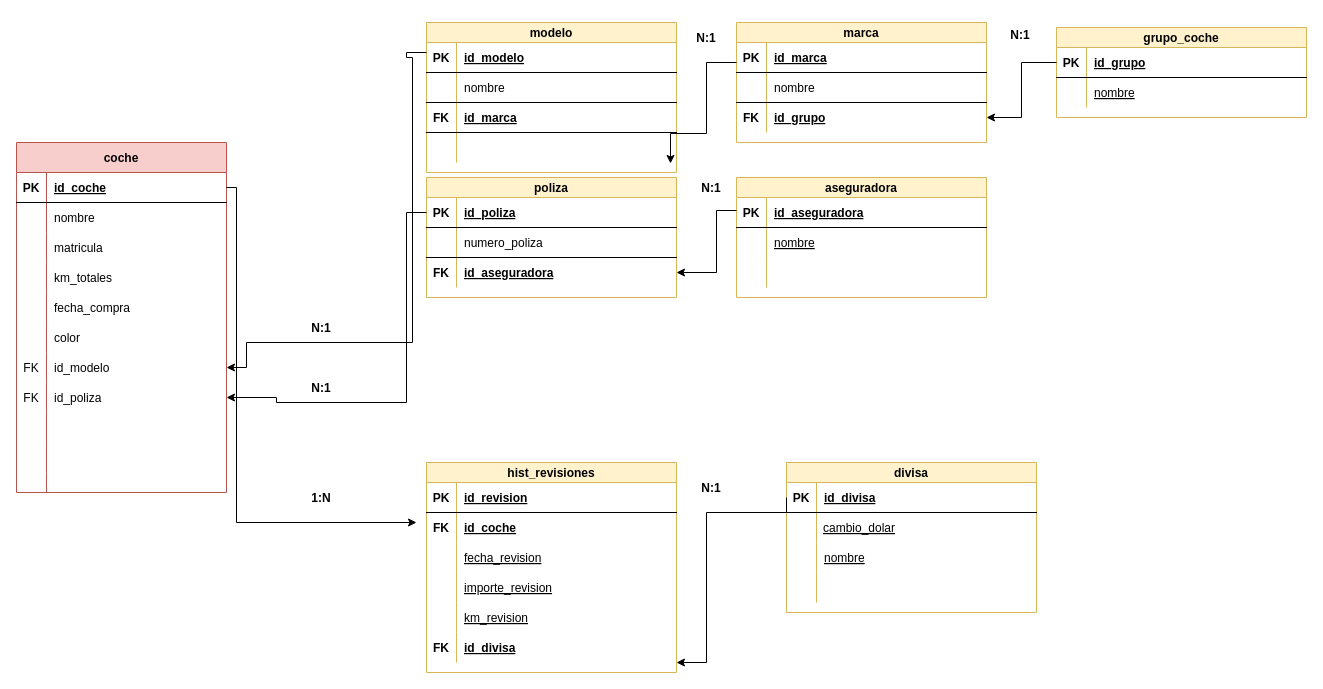
Above: Modelo_ER.drawio in Lalmolda/Practica_SQL (draw.io), before the change. Source tidied: cells renumbered, new cells numbered last; positions are measured from the earlier drawing's top-left corner, leaving out a move shared by most shapes. Both pictures are drawn from the tidied source at 100%, with x=0, y=0 at pixel (16, 16).
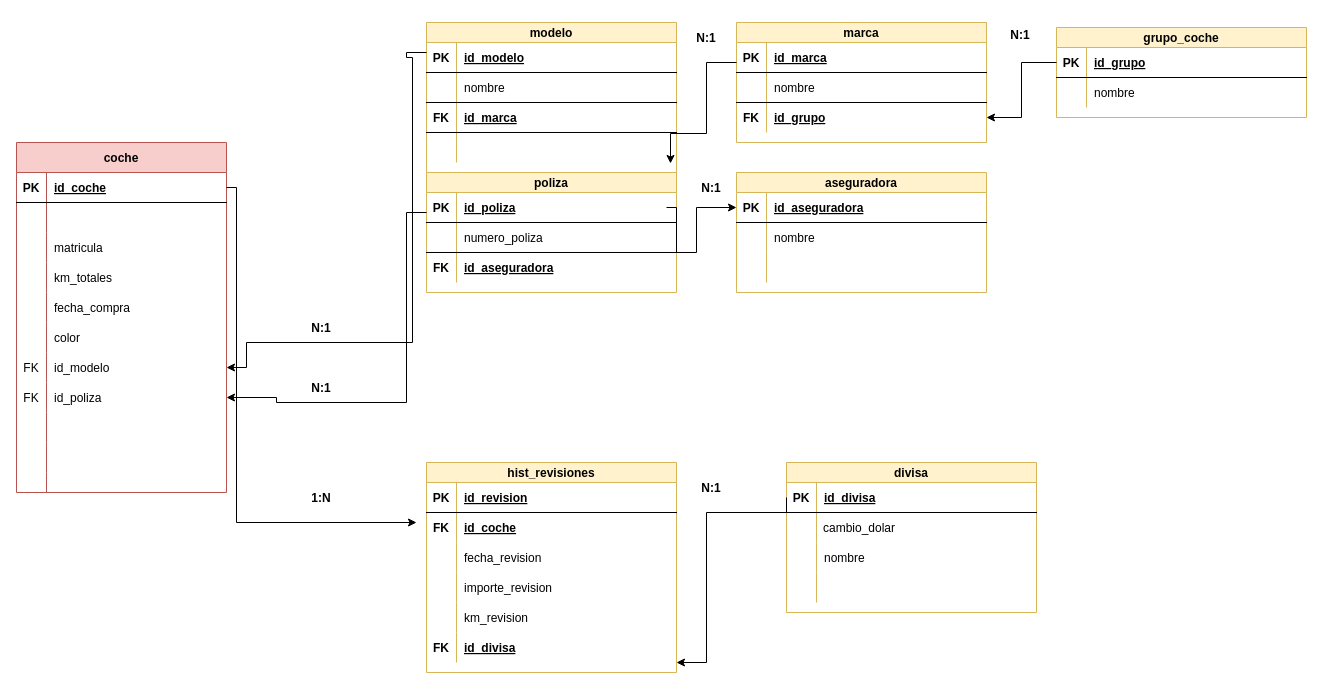
Above is the later version.

Commit message (it also covers changes not shown here):
Diseño de la BBDD y creación de tablas e inserción de datos finalizada.

Unchanged cells that the change refers to:
```xml
<mxCell id="2" value="coche" style="shape=table;startSize=30;childLayout=tableLayout;rowLines=0;fontStyle=1;align=center;fillColor=#f8cecc;strokeColor=#b85450;" parent="1" vertex="1">
  <mxGeometry y="126" width="210" height="350" as="geometry" />
</mxCell>
<mxCell id="12" style="shape=partialRectangle;fillColor=none;top=0;left=0;right=0;bottom=0;" parent="2" vertex="1">
  <mxGeometry y="120" width="210" height="30" as="geometry" />
</mxCell>
<mxCell id="50" style="shape=partialRectangle;fillColor=none;top=0;left=0;right=0;bottom=0;" parent="46" vertex="1">
  <mxGeometry y="50" width="250" height="30" as="geometry" />
</mxCell>
<mxCell id="54" style="shape=partialRectangle;fillColor=none;points=[[0,0.5],[1,0.5]];portConstraint=eastwest;top=0;left=0;right=0;bottom=1;" parent="53" vertex="1">
  <mxGeometry y="20" width="250" height="30" as="geometry" />
</mxCell>
<mxCell id="57" style="shape=partialRectangle;fillColor=none;top=0;left=0;right=0;bottom=0;" parent="53" vertex="1">
  <mxGeometry y="50" width="250" height="30" as="geometry" />
</mxCell>
<mxCell id="70" style="shape=partialRectangle;fillColor=none;top=0;left=0;right=0;bottom=0;" parent="63" vertex="1">
  <mxGeometry y="80" width="250" height="30" as="geometry" />
</mxCell>
<mxCell id="96" style="shape=partialRectangle;fillColor=none;top=0;left=0;right=0;bottom=0;" parent="89" vertex="1">
  <mxGeometry y="80" width="250" height="30" as="geometry" />
</mxCell>
<mxCell id="99" style="shape=partialRectangle;fillColor=none;top=0;left=0;right=0;bottom=0;" parent="89" vertex="1">
  <mxGeometry y="110" width="250" height="30" as="geometry" />
</mxCell>
<mxCell id="102" style="shape=partialRectangle;fillColor=none;top=0;left=0;right=0;bottom=0;" parent="89" vertex="1">
  <mxGeometry y="140" width="250" height="30" as="geometry" />
</mxCell>
<mxCell id="118" style="shape=partialRectangle;fillColor=none;points=[[0,0.5],[1,0.5]];portConstraint=eastwest;top=0;left=0;right=0;bottom=0;" parent="111" vertex="1">
  <mxGeometry y="80" width="250" height="30" as="geometry" />
</mxCell>
```

Diff of the diagram source:
```diff
@@
+    <mxCell id="9" style="shape=partialRectangle;fillColor=none;top=0;left=0;right=0;bottom=0;" parent="2" vertex="1">
+      <mxGeometry y="60" width="210" height="30" as="geometry" />
+    </mxCell>
+    <mxCell id="10" style="shape=partialRectangle;overflow=hidden;fillColor=none;top=0;left=0;bottom=0;right=0;" parent="9" vertex="1">
+      <mxGeometry width="30" height="30" as="geometry" />
+    </mxCell>
+    <mxCell id="11" style="shape=partialRectangle;overflow=hidden;fillColor=none;top=0;left=0;bottom=0;right=0;align=left;spacingLeft=6;fontStyle=0;" parent="9" vertex="1">
+      <mxGeometry x="30" width="180" height="30" as="geometry" />
+    </mxCell>
     <mxCell id="6" style="shape=partialRectangle;fillColor=none;top=0;left=0;right=0;bottom=0;" parent="2" vertex="1">
-      <mxGeometry y="60" width="210" height="30" as="geometry" />
+      <mxGeometry y="90" width="210" height="30" as="geometry" />
     </mxCell>
@@
-    <mxCell id="8" value="nombre" style="shape=partialRectangle;overflow=hidden;fillColor=none;top=0;left=0;bottom=0;right=0;align=left;spacingLeft=6;fontStyle=0;" parent="6" vertex="1">
+    <mxCell id="8" value="matricula" style="shape=partialRectangle;overflow=hidden;fillColor=none;top=0;left=0;bottom=0;right=0;align=left;spacingLeft=6;fontStyle=0;" parent="6" vertex="1">
       <mxGeometry x="30" width="180" height="30" as="geometry" />
     </mxCell>
-    <mxCell id="9" style="shape=partialRectangle;fillColor=none;top=0;left=0;right=0;bottom=0;" parent="2" vertex="1">
-      <mxGeometry y="90" width="210" height="30" as="geometry" />
-    </mxCell>
-    <mxCell id="10" style="shape=partialRectangle;overflow=hidden;fillColor=none;top=0;left=0;bottom=0;right=0;" parent="9" vertex="1">
-      <mxGeometry width="30" height="30" as="geometry" />
-    </mxCell>
-    <mxCell id="11" value="matricula" style="shape=partialRectangle;overflow=hidden;fillColor=none;top=0;left=0;bottom=0;right=0;align=left;spacingLeft=6;fontStyle=0;" parent="9" vertex="1">
-      <mxGeometry x="30" width="180" height="30" as="geometry" />
-    </mxCell>
@@
-    <mxCell id="14" value="km_totales" style="shape=partialRectangle;overflow=hidden;fillColor=none;top=0;left=0;bottom=0;right=0;align=left;spacingLeft=6;" parent="12" vertex="1">
+    <mxCell id="14" style="shape=partialRectangle;overflow=hidden;fillColor=none;top=0;left=0;bottom=0;right=0;align=left;spacingLeft=6;" parent="12" vertex="1">
       <mxGeometry x="30" width="180" height="30" as="geometry" />
     </mxCell>
@@
-    <mxCell id="52" value="nombre" style="shape=partialRectangle;overflow=hidden;fillColor=none;top=0;left=0;bottom=0;right=0;align=left;spacingLeft=6;fontStyle=4;" parent="50" vertex="1">
+    <mxCell id="52" value="nombre" style="shape=partialRectangle;overflow=hidden;fillColor=none;top=0;left=0;bottom=0;right=0;align=left;spacingLeft=6;fontStyle=0;" parent="50" vertex="1">
       <mxGeometry x="30" width="220" height="30" as="geometry" />
     </mxCell>
     <mxCell id="53" value="aseguradora" style="shape=table;startSize=20;childLayout=tableLayout;rowLines=0;fontStyle=1;align=center;fillColor=#fff2cc;strokeColor=#d6b656;" parent="1" vertex="1">
-      <mxGeometry x="720" y="161" width="250" height="120" as="geometry" />
+      <mxGeometry x="720" y="156" width="250" height="120" as="geometry" />
     </mxCell>
@@
-    <mxCell id="59" value="nombre" style="shape=partialRectangle;overflow=hidden;fillColor=none;top=0;left=0;bottom=0;right=0;align=left;spacingLeft=6;fontStyle=4;" parent="57" vertex="1">
+    <mxCell id="59" value="nombre" style="shape=partialRectangle;overflow=hidden;fillColor=none;top=0;left=0;bottom=0;right=0;align=left;spacingLeft=6;fontStyle=0;" parent="57" vertex="1">
       <mxGeometry x="30" width="220" height="30" as="geometry" />
     </mxCell>
@@
-    <mxCell id="72" value="nombre" style="shape=partialRectangle;overflow=hidden;fillColor=none;top=0;left=0;bottom=0;right=0;align=left;spacingLeft=6;fontStyle=4;" parent="70" vertex="1">
+    <mxCell id="72" value="nombre" style="shape=partialRectangle;overflow=hidden;fillColor=none;top=0;left=0;bottom=0;right=0;align=left;spacingLeft=6;fontStyle=0;" parent="70" vertex="1">
       <mxGeometry x="30" width="220" height="30" as="geometry" />
     </mxCell>
@@
-    <mxCell id="98" value="fecha_revision" style="shape=partialRectangle;overflow=hidden;fillColor=none;top=0;left=0;bottom=0;right=0;align=left;spacingLeft=6;fontStyle=4;" parent="96" vertex="1">
+    <mxCell id="98" value="fecha_revision" style="shape=partialRectangle;overflow=hidden;fillColor=none;top=0;left=0;bottom=0;right=0;align=left;spacingLeft=6;fontStyle=0;" parent="96" vertex="1">
       <mxGeometry x="30" width="220" height="30" as="geometry" />
     </mxCell>
@@
-    <mxCell id="101" value="importe_revision" style="shape=partialRectangle;overflow=hidden;fillColor=none;top=0;left=0;bottom=0;right=0;align=left;spacingLeft=6;fontStyle=4;" parent="99" vertex="1">
+    <mxCell id="101" value="importe_revision" style="shape=partialRectangle;overflow=hidden;fillColor=none;top=0;left=0;bottom=0;right=0;align=left;spacingLeft=6;fontStyle=0;" parent="99" vertex="1">
       <mxGeometry x="30" width="220" height="30" as="geometry" />
     </mxCell>
@@
-    <mxCell id="104" value="km_revision" style="shape=partialRectangle;overflow=hidden;fillColor=none;top=0;left=0;bottom=0;right=0;align=left;spacingLeft=6;fontStyle=4;" parent="102" vertex="1">
+    <mxCell id="104" value="km_revision" style="shape=partialRectangle;overflow=hidden;fillColor=none;top=0;left=0;bottom=0;right=0;align=left;spacingLeft=6;fontStyle=0;" parent="102" vertex="1">
       <mxGeometry x="30" width="220" height="30" as="geometry" />
     </mxCell>
@@
     <mxCell id="111" value="poliza" style="shape=table;startSize=20;childLayout=tableLayout;rowLines=0;fontStyle=1;align=center;fillColor=#fff2cc;strokeColor=#d6b656;" parent="1" vertex="1">
-      <mxGeometry x="410" y="161" width="250" height="120" as="geometry" />
+      <mxGeometry x="410" y="156" width="250" height="120" as="geometry" />
     </mxCell>
@@
-    <mxCell id="126" style="edgeStyle=orthogonalEdgeStyle;rounded=0;jettySize=auto;html=1;" parent="1" edge="1" target="118">
-      <mxGeometry relative="1" as="geometry">
-        <mxPoint x="720" y="194" as="sourcePoint" />
-        <Array as="points">
-          <mxPoint x="700" y="194" />
-          <mxPoint x="700" y="256" />
-        </Array>
-      </mxGeometry>
-    </mxCell>
@@
-    <mxCell id="131" value="cambio_dolar" style="shape=partialRectangle;overflow=hidden;fillColor=none;top=0;left=0;bottom=0;right=0;align=left;spacingLeft=6;fontStyle=4;" parent="1" vertex="1">
+    <mxCell id="131" value="cambio_dolar" style="shape=partialRectangle;overflow=hidden;fillColor=none;top=0;left=0;bottom=0;right=0;align=left;spacingLeft=6;fontStyle=0;" parent="1" vertex="1">
       <mxGeometry x="799" y="496" width="220" height="30" as="geometry" />
     </mxCell>
@@
+    <mxCell id="133" value="km_totales" style="shape=partialRectangle;overflow=hidden;fillColor=none;top=0;left=0;bottom=0;right=0;align=left;spacingLeft=6;" parent="1" vertex="1">
+      <mxGeometry x="30" y="246" width="180" height="30" as="geometry" />
+    </mxCell>
+    <mxCell id="134" style="edgeStyle=orthogonalEdgeStyle;rounded=0;jettySize=auto;html=1;exitX=1;exitY=0.5;exitDx=0;exitDy=0;entryX=0;entryY=0.5;entryDx=0;entryDy=0;" parent="1" edge="1" target="54">
+      <mxGeometry relative="1" as="geometry">
+        <mxPoint x="650" y="191" as="sourcePoint" />
+        <Array as="points">
+          <mxPoint x="660" y="191" />
+          <mxPoint x="660" y="236" />
+          <mxPoint x="680" y="236" />
+          <mxPoint x="680" y="191" />
+        </Array>
+      </mxGeometry>
+    </mxCell>
```
